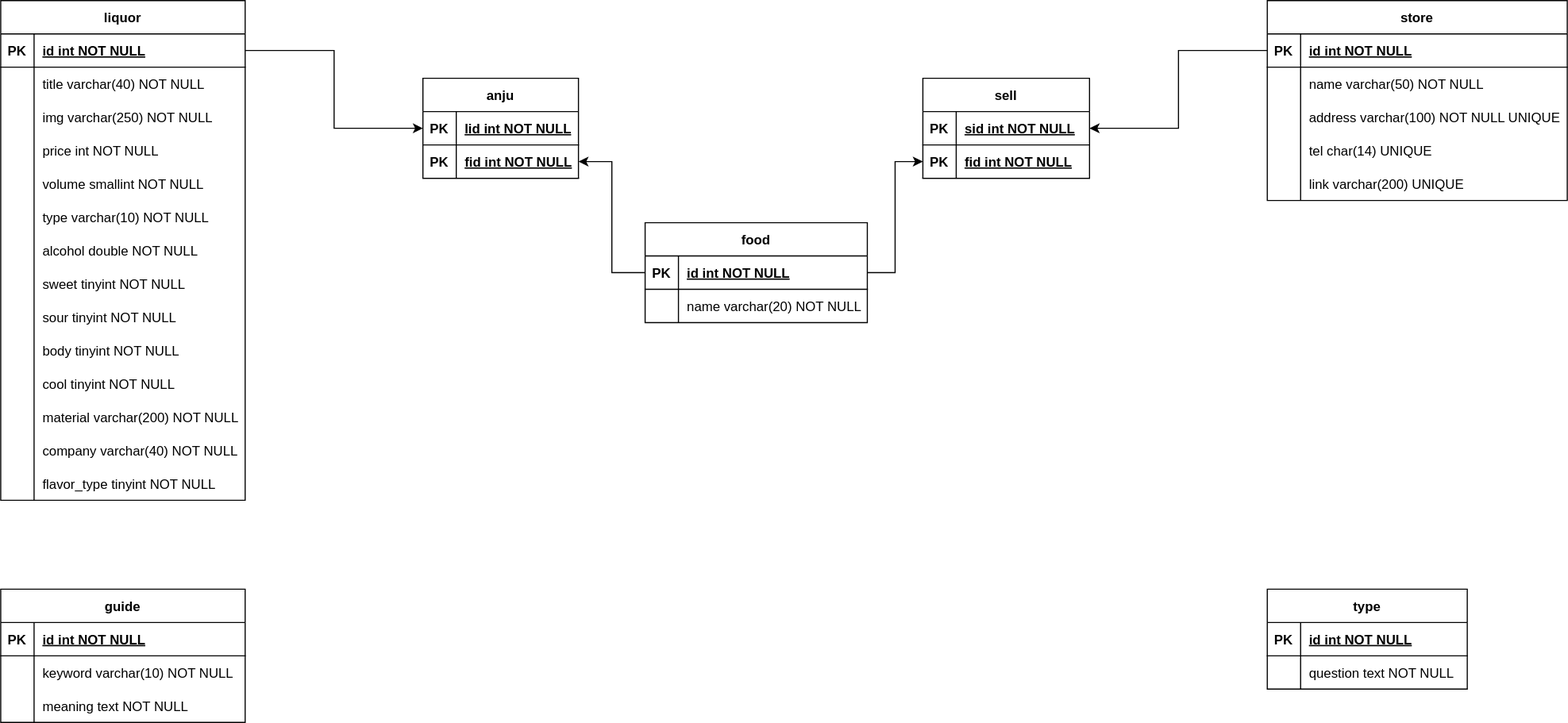
Before: docs/data/ERD.svg, a diagram exported from draw.io (byh9811/traditional-liquor-recommendation-service). Source tidied: cells renumbered, new cells last; positions are measured from the earlier drawing's top-left corner, leaving out a move shared by most shapes.
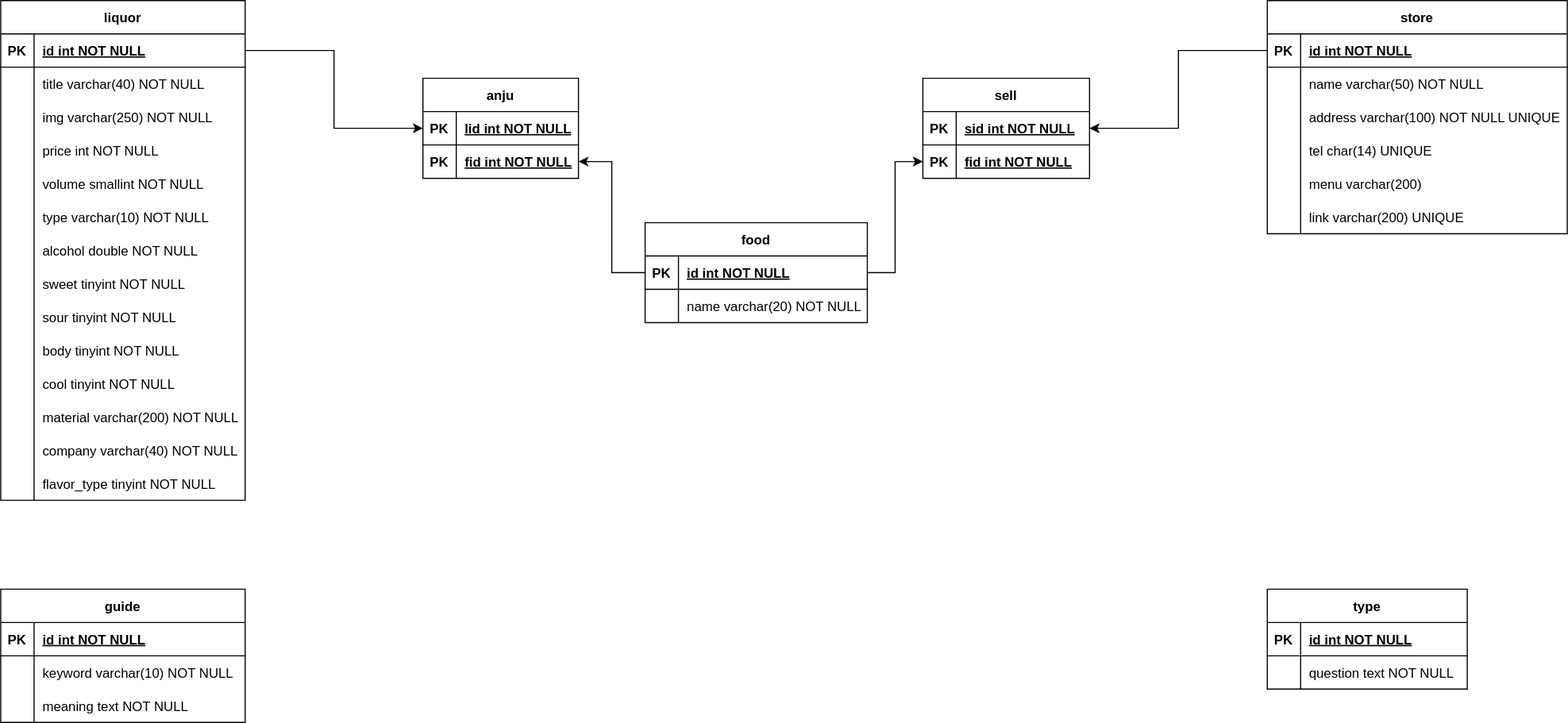
After the change.

Diff of the diagram source:
```diff
@@ -162,7 +162,7 @@
       <mxGeometry x="30" width="190" height="30" as="geometry" />
     </mxCell>
     <mxCell id="55" value="store" style="shape=table;startSize=30;rowLines=0;fontStyle=1;align=center;" parent="1" vertex="1">
-      <mxGeometry x="1140" width="270" height="180" as="geometry" />
+      <mxGeometry x="1140" width="270" height="210" as="geometry" />
     </mxCell>
     <mxCell id="56" style="shape=partialRectangle;fillColor=none;points=[[0,0.5],[1,0.5]];portConstraint=eastwest;top=0;left=0;right=0;bottom=1;" parent="55" vertex="1">
       <mxGeometry y="30" width="270" height="30" as="geometry" />
@@ -200,8 +200,17 @@
     <mxCell id="67" value="tel char(14) UNIQUE" style="shape=partialRectangle;overflow=hidden;fillColor=none;top=0;left=0;bottom=0;right=0;align=left;spacingLeft=6;" parent="65" vertex="1">
       <mxGeometry x="30" width="240" height="30" as="geometry" />
     </mxCell>
+    <mxCell id="103" style="shape=partialRectangle;fillColor=none;top=0;left=0;right=0;bottom=0;" parent="55" vertex="1">
+      <mxGeometry y="150" width="270" height="30" as="geometry" />
+    </mxCell>
+    <mxCell id="104" style="shape=partialRectangle;overflow=hidden;fillColor=none;top=0;left=0;bottom=0;right=0;" parent="103" vertex="1">
+      <mxGeometry width="30" height="30" as="geometry" />
+    </mxCell>
+    <mxCell id="105" value="menu varchar(200)" style="shape=partialRectangle;overflow=hidden;fillColor=none;top=0;left=0;bottom=0;right=0;align=left;spacingLeft=6;" parent="103" vertex="1">
+      <mxGeometry x="30" width="240" height="30" as="geometry" />
+    </mxCell>
     <mxCell id="68" style="shape=partialRectangle;fillColor=none;top=0;left=0;right=0;bottom=0;" parent="55" vertex="1">
-      <mxGeometry y="150" width="270" height="30" as="geometry" />
+      <mxGeometry y="180" width="270" height="30" as="geometry" />
     </mxCell>
     <mxCell id="69" style="shape=partialRectangle;overflow=hidden;fillColor=none;top=0;left=0;bottom=0;right=0;" parent="68" vertex="1">
       <mxGeometry width="30" height="30" as="geometry" />
```
